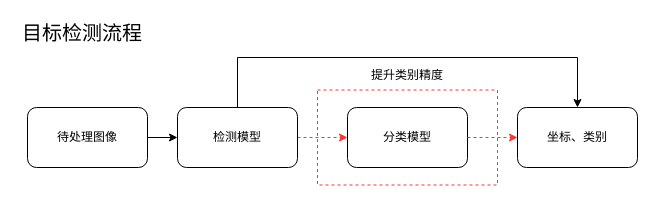
This is 检测流程图.drawio from Linranran/my_images, a draw.io file, before an edit. Source tidied: cells renumbered, new cells numbered last; positions are measured from the earlier drawing's top-left corner, leaving out a move shared by most shapes. Both pictures are drawn from the tidied source at 100%, with x=0, y=0 at pixel (17, 17).
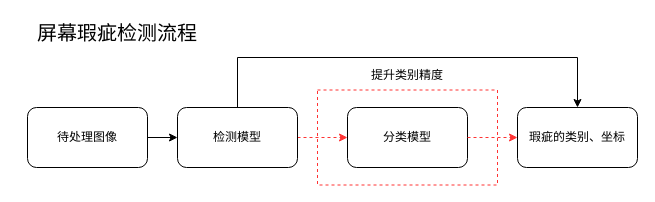
The same diagram, later.

Commit message:
Update 检测流程图.drawio

Diff of the diagram source:
```diff
@@
 <mxGraphModel>
   <root>
     <mxCell id="0" />
     <mxCell id="1" parent="0" />
     <mxCell id="2" style="edgeStyle=orthogonalEdgeStyle;rounded=0;jettySize=auto;html=1;" parent="1" edge="1" source="3" target="6">
       <mxGeometry relative="1" as="geometry" />
     </mxCell>
     <mxCell id="3" value="待处理图像" style="rounded=1;whiteSpace=wrap;html=1;" parent="1" vertex="1">
       <mxGeometry x="10" y="90" width="120" height="60" as="geometry" />
     </mxCell>
     <mxCell id="4" style="edgeStyle=orthogonalEdgeStyle;rounded=0;jettySize=auto;html=1;strokeColor=#FF3333;dashed=1;" parent="1" edge="1" source="6" target="7">
       <mxGeometry relative="1" as="geometry" />
     </mxCell>
     <mxCell id="5" style="edgeStyle=orthogonalEdgeStyle;rounded=0;jettySize=auto;html=1;entryX=0.5;entryY=0;entryDx=0;entryDy=0;" parent="1" edge="1" source="6" target="8">
       <mxGeometry relative="1" as="geometry">
         <Array as="points">
           <mxPoint x="220" y="40" />
           <mxPoint x="560" y="40" />
         </Array>
       </mxGeometry>
     </mxCell>
     <mxCell id="6" value="检测模型" style="rounded=1;whiteSpace=wrap;html=1;" parent="1" vertex="1">
       <mxGeometry x="160" y="90" width="120" height="60" as="geometry" />
     </mxCell>
     <mxCell id="7" value="分类模型" style="rounded=1;whiteSpace=wrap;html=1;" parent="1" vertex="1">
       <mxGeometry x="330" y="90" width="120" height="60" as="geometry" />
     </mxCell>
-    <mxCell id="8" value="坐标、类别" style="rounded=1;whiteSpace=wrap;html=1;" parent="1" vertex="1">
+    <mxCell id="8" value="瑕疵的类别、坐标" style="rounded=1;whiteSpace=wrap;html=1;" parent="1" vertex="1">
       <mxGeometry x="500" y="90" width="120" height="60" as="geometry" />
     </mxCell>
     <mxCell id="9" style="rounded=0;whiteSpace=wrap;html=1;dashed=1;strokeColor=#FF3333;fillColor=none;" parent="1" vertex="1">
       <mxGeometry x="300" y="72.5" width="180" height="95" as="geometry" />
     </mxCell>
     <mxCell id="10" value="提升类别精度" style="text;html=1;strokeColor=none;fillColor=none;align=center;verticalAlign=middle;whiteSpace=wrap;rounded=0;dashed=1;" parent="1" vertex="1">
       <mxGeometry x="345" y="42.5" width="90" height="30" as="geometry" />
     </mxCell>
     <mxCell id="11" style="edgeStyle=orthogonalEdgeStyle;rounded=0;jettySize=auto;html=1;strokeColor=#FF3333;dashed=1;exitX=1;exitY=0.5;exitDx=0;exitDy=0;entryX=0;entryY=0.5;entryDx=0;entryDy=0;" parent="1" edge="1" source="7" target="8">
       <mxGeometry relative="1" as="geometry">
         <Array as="points">
           <mxPoint x="480" y="120" />
           <mxPoint x="480" y="120" />
         </Array>
       </mxGeometry>
     </mxCell>
-    <mxCell id="12" value="&lt;font style=&quot;font-size: 20px&quot;&gt;目标检测流程&lt;/font&gt;" style="text;html=1;strokeColor=none;fillColor=none;align=center;verticalAlign=middle;whiteSpace=wrap;rounded=0;dashed=1;" parent="1" vertex="1">
-      <mxGeometry width="130" height="30" as="geometry" />
+    <mxCell id="12" value="&lt;font style=&quot;font-size: 20px&quot;&gt;屏幕瑕疵检测流程&lt;/font&gt;" style="text;html=1;strokeColor=none;fillColor=none;align=center;verticalAlign=middle;whiteSpace=wrap;rounded=0;dashed=1;" parent="1" vertex="1">
+      <mxGeometry width="200" height="30" as="geometry" />
     </mxCell>
   </root>
 </mxGraphModel>
```
